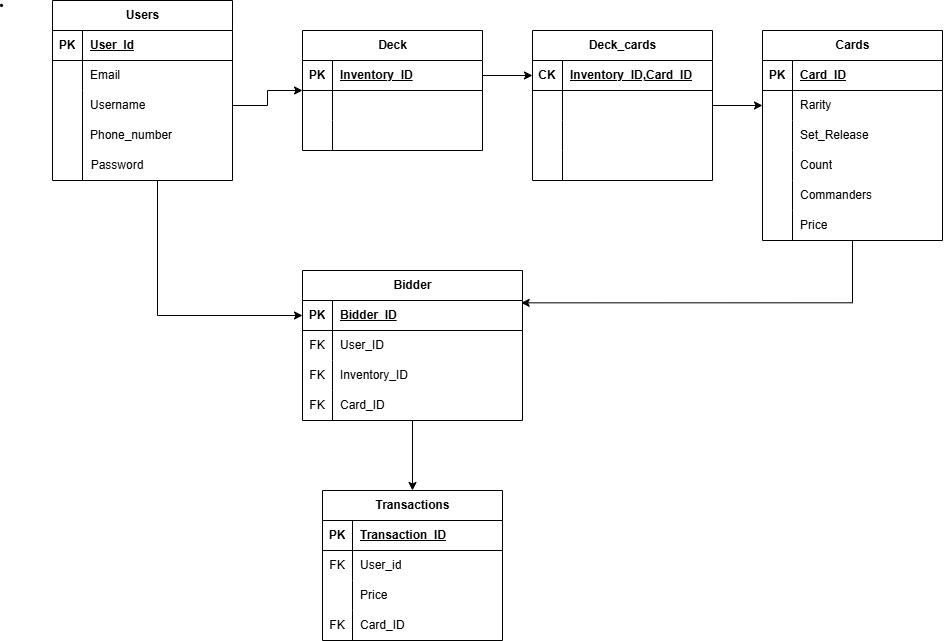
The draw.io diagram server/MTG.drawio.png in abatista15/Project-EandK, before a commit. Source tidied: cells renumbered, new cells last; positions are measured from the earlier drawing's top-left corner, leaving out a move shared by most shapes.
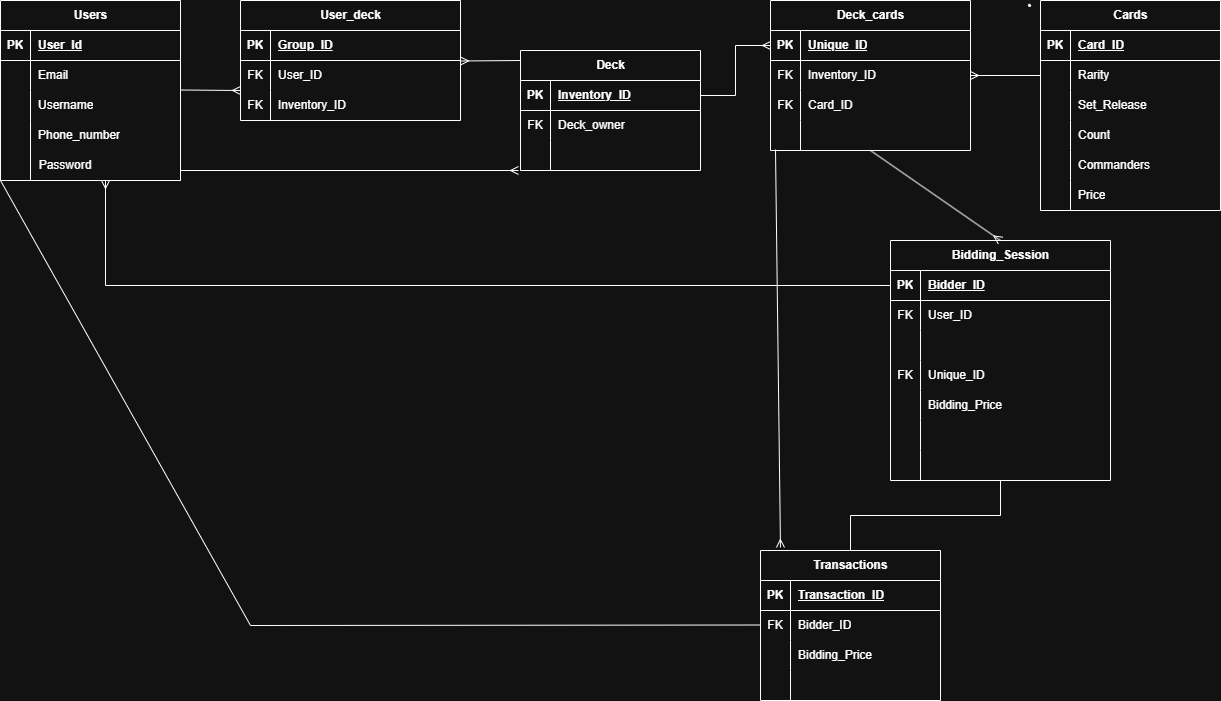
The same diagram one commit later.

The edit, as a diff of the source:
```diff
@@ -5,3 +5,3 @@
     <mxCell id="2" value="Users" style="shape=table;startSize=30;rowLines=0;fontStyle=1;align=center;html=1;" parent="1" vertex="1">
-      <mxGeometry x="52" width="180" height="180" as="geometry" />
+      <mxGeometry x="-1028" width="180" height="180" as="geometry" />
     </mxCell>
@@ -44,5 +44,5 @@
     <mxCell id="15" value="Password" style="text;html=1;whiteSpace=wrap;strokeColor=none;fillColor=none;align=center;verticalAlign=middle;rounded=0;" parent="1" vertex="1">
-      <mxGeometry x="92" y="150" width="50" height="30" as="geometry" />
+      <mxGeometry x="-988" y="150" width="50" height="30" as="geometry" />
     </mxCell>
-    <mxCell id="16" style="edgeStyle=orthogonalEdgeStyle;rounded=0;jettySize=auto;html=1;entryX=0;entryY=0.5;entryDx=0;entryDy=0;" parent="1" edge="1" source="17" target="64">
+    <mxCell id="16" style="edgeStyle=orthogonalEdgeStyle;rounded=0;jettySize=auto;html=1;entryX=0;entryY=0.5;entryDx=0;entryDy=0;endArrow=none;endFill=0;startArrow=ERmany;startFill=0;" parent="1" edge="1" source="17" target="64">
       <mxGeometry relative="1" as="geometry" />
@@ -50,9 +50,6 @@
     <mxCell id="17" style="shape=partialRectangle;whiteSpace=wrap;html=1;top=0;bottom=0;fillColor=none;" parent="1" vertex="1">
-      <mxGeometry x="82" y="120" width="150" height="60" as="geometry" />
+      <mxGeometry x="-998" y="120" width="150" height="60" as="geometry" />
     </mxCell>
-    <mxCell id="18" style="edgeStyle=orthogonalEdgeStyle;rounded=0;jettySize=auto;html=1;" parent="1" edge="1" source="9" target="51">
-      <mxGeometry relative="1" as="geometry" />
-    </mxCell>
     <mxCell id="19" value="Cards" style="shape=table;startSize=30;rowLines=0;fontStyle=1;align=center;html=1;" parent="1" vertex="1">
-      <mxGeometry x="762" y="30" width="180" height="210" as="geometry" />
+      <mxGeometry x="12" width="180" height="210" as="geometry" />
     </mxCell>
@@ -113,33 +110,33 @@
     <mxCell id="38" value="Deck_cards" style="shape=table;startSize=30;rowLines=0;fontStyle=1;align=center;html=1;" parent="1" vertex="1">
-      <mxGeometry x="532" y="30" width="180" height="150" as="geometry" />
+      <mxGeometry x="-258" width="200" height="150" as="geometry" />
     </mxCell>
     <mxCell id="39" style="shape=tableRow;horizontal=0;startSize=0;swimlaneHead=0;swimlaneBody=0;fillColor=none;points=[[0,0.5],[1,0.5]];portConstraint=eastwest;top=0;left=0;right=0;bottom=1;" parent="38" vertex="1">
-      <mxGeometry y="30" width="180" height="30" as="geometry" />
+      <mxGeometry y="30" width="200" height="30" as="geometry" />
     </mxCell>
-    <mxCell id="40" value="CK" style="shape=partialRectangle;fillColor=none;top=0;left=0;bottom=0;right=0;fontStyle=1;overflow=hidden;whiteSpace=wrap;html=1;" parent="39" vertex="1">
+    <mxCell id="40" value="PK" style="shape=partialRectangle;fillColor=none;top=0;left=0;bottom=0;right=0;fontStyle=1;overflow=hidden;whiteSpace=wrap;html=1;" parent="39" vertex="1">
       <mxGeometry width="30" height="30" as="geometry" />
     </mxCell>
-    <mxCell id="41" value="Inventory_ID,Card_ID" style="shape=partialRectangle;fillColor=none;top=0;left=0;bottom=0;right=0;align=left;spacingLeft=6;fontStyle=5;overflow=hidden;whiteSpace=wrap;html=1;" parent="39" vertex="1">
-      <mxGeometry x="30" width="150" height="30" as="geometry" />
+    <mxCell id="41" value="Unique_ID" style="shape=partialRectangle;fillColor=none;top=0;left=0;bottom=0;right=0;align=left;spacingLeft=6;fontStyle=5;overflow=hidden;whiteSpace=wrap;html=1;" parent="39" vertex="1">
+      <mxGeometry x="30" width="170" height="30" as="geometry" />
     </mxCell>
     <mxCell id="42" style="shape=tableRow;horizontal=0;startSize=0;swimlaneHead=0;swimlaneBody=0;fillColor=none;points=[[0,0.5],[1,0.5]];portConstraint=eastwest;top=0;left=0;right=0;bottom=0;" parent="38" vertex="1">
-      <mxGeometry y="60" width="180" height="30" as="geometry" />
+      <mxGeometry y="60" width="200" height="30" as="geometry" />
     </mxCell>
-    <mxCell id="43" style="shape=partialRectangle;fillColor=none;top=0;left=0;bottom=0;right=0;overflow=hidden;whiteSpace=wrap;html=1;" parent="42" vertex="1">
+    <mxCell id="43" value="FK" style="shape=partialRectangle;fillColor=none;top=0;left=0;bottom=0;right=0;overflow=hidden;whiteSpace=wrap;html=1;" parent="42" vertex="1">
       <mxGeometry width="30" height="30" as="geometry" />
     </mxCell>
-    <mxCell id="44" style="shape=partialRectangle;fillColor=none;top=0;left=0;bottom=0;right=0;align=left;spacingLeft=6;overflow=hidden;whiteSpace=wrap;html=1;" parent="42" vertex="1">
-      <mxGeometry x="30" width="150" height="30" as="geometry" />
+    <mxCell id="44" value="Inventory_ID" style="shape=partialRectangle;fillColor=none;top=0;left=0;bottom=0;right=0;align=left;spacingLeft=6;overflow=hidden;whiteSpace=wrap;html=1;" parent="42" vertex="1">
+      <mxGeometry x="30" width="170" height="30" as="geometry" />
     </mxCell>
     <mxCell id="45" style="shape=tableRow;horizontal=0;startSize=0;swimlaneHead=0;swimlaneBody=0;fillColor=none;top=0;left=0;right=0;bottom=0;" parent="38" vertex="1">
-      <mxGeometry y="90" width="180" height="30" as="geometry" />
+      <mxGeometry y="90" width="200" height="30" as="geometry" />
     </mxCell>
-    <mxCell id="46" style="shape=partialRectangle;fillColor=none;top=0;left=0;bottom=0;right=0;overflow=hidden;whiteSpace=wrap;html=1;" parent="45" vertex="1">
+    <mxCell id="46" value="FK" style="shape=partialRectangle;fillColor=none;top=0;left=0;bottom=0;right=0;overflow=hidden;whiteSpace=wrap;html=1;" parent="45" vertex="1">
       <mxGeometry width="30" height="30" as="geometry" />
     </mxCell>
-    <mxCell id="47" style="shape=partialRectangle;fillColor=none;top=0;left=0;bottom=0;right=0;align=left;spacingLeft=6;overflow=hidden;whiteSpace=wrap;html=1;" parent="45" vertex="1">
-      <mxGeometry x="30" width="150" height="30" as="geometry" />
+    <mxCell id="47" value="Card_ID" style="shape=partialRectangle;fillColor=none;top=0;left=0;bottom=0;right=0;align=left;spacingLeft=6;overflow=hidden;whiteSpace=wrap;html=1;" parent="45" vertex="1">
+      <mxGeometry x="30" width="170" height="30" as="geometry" />
     </mxCell>
     <mxCell id="48" style="shape=tableRow;horizontal=0;startSize=0;swimlaneHead=0;swimlaneBody=0;fillColor=none;top=0;left=0;right=0;bottom=0;" parent="38" vertex="1">
-      <mxGeometry y="120" width="180" height="30" as="geometry" />
+      <mxGeometry y="120" width="200" height="30" as="geometry" />
     </mxCell>
@@ -149,6 +146,6 @@
     <mxCell id="50" style="shape=partialRectangle;fillColor=none;top=0;left=0;bottom=0;right=0;align=left;spacingLeft=6;overflow=hidden;whiteSpace=wrap;html=1;" parent="48" vertex="1">
-      <mxGeometry x="30" width="150" height="30" as="geometry" />
+      <mxGeometry x="30" width="170" height="30" as="geometry" />
     </mxCell>
     <mxCell id="51" value="Deck" style="shape=table;startSize=30;rowLines=0;fontStyle=1;align=center;html=1;" parent="1" vertex="1">
-      <mxGeometry x="302" y="30" width="180" height="120" as="geometry" />
+      <mxGeometry x="-508" y="50" width="180" height="120" as="geometry" />
     </mxCell>
@@ -166,6 +163,6 @@
     </mxCell>
-    <mxCell id="56" style="shape=partialRectangle;fillColor=none;top=0;left=0;bottom=0;right=0;overflow=hidden;whiteSpace=wrap;html=1;" parent="55" vertex="1">
+    <mxCell id="56" value="FK" style="shape=partialRectangle;fillColor=none;top=0;left=0;bottom=0;right=0;overflow=hidden;whiteSpace=wrap;html=1;" parent="55" vertex="1">
       <mxGeometry width="30" height="30" as="geometry" />
     </mxCell>
-    <mxCell id="57" style="shape=partialRectangle;fillColor=none;top=0;left=0;bottom=0;right=0;align=left;spacingLeft=6;overflow=hidden;whiteSpace=wrap;html=1;" parent="55" vertex="1">
+    <mxCell id="57" value="Deck_owner" style="shape=partialRectangle;fillColor=none;top=0;left=0;bottom=0;right=0;align=left;spacingLeft=6;overflow=hidden;whiteSpace=wrap;html=1;" parent="55" vertex="1">
       <mxGeometry x="30" width="150" height="30" as="geometry" />
@@ -181,10 +178,10 @@
     </mxCell>
-    <mxCell id="61" style="edgeStyle=orthogonalEdgeStyle;rounded=0;jettySize=auto;html=1;entryX=0;entryY=0.5;entryDx=0;entryDy=0;" parent="1" edge="1" source="52" target="39">
+    <mxCell id="61" style="edgeStyle=orthogonalEdgeStyle;rounded=0;jettySize=auto;html=1;entryX=0;entryY=0.5;entryDx=0;entryDy=0;endArrow=ERmany;endFill=0;" parent="1" edge="1" source="52" target="39">
       <mxGeometry relative="1" as="geometry" />
     </mxCell>
-    <mxCell id="62" style="edgeStyle=orthogonalEdgeStyle;rounded=0;jettySize=auto;html=1;" parent="1" edge="1" source="63" target="78">
+    <mxCell id="62" style="edgeStyle=orthogonalEdgeStyle;rounded=0;jettySize=auto;html=1;endArrow=none;endFill=0;" parent="1" edge="1" source="63" target="78">
       <mxGeometry relative="1" as="geometry" />
     </mxCell>
-    <mxCell id="63" value="Bidder" style="shape=table;startSize=30;rowLines=0;fontStyle=1;align=center;html=1;" parent="1" vertex="1">
-      <mxGeometry x="302" y="270" width="220" height="150" as="geometry" />
+    <mxCell id="63" value="Bidding_Session" style="shape=table;startSize=30;rowLines=0;fontStyle=1;align=center;html=1;" parent="1" vertex="1">
+      <mxGeometry x="-138" y="240" width="220" height="240" as="geometry" />
     </mxCell>
@@ -211,6 +208,6 @@
     </mxCell>
-    <mxCell id="71" value="FK" style="shape=partialRectangle;fillColor=none;top=0;left=0;bottom=0;right=0;overflow=hidden;whiteSpace=wrap;html=1;" parent="70" vertex="1">
+    <mxCell id="71" style="shape=partialRectangle;fillColor=none;top=0;left=0;bottom=0;right=0;overflow=hidden;whiteSpace=wrap;html=1;" parent="70" vertex="1">
       <mxGeometry width="30" height="30" as="geometry" />
     </mxCell>
-    <mxCell id="72" value="Inventory_ID" style="shape=partialRectangle;fillColor=none;top=0;left=0;bottom=0;right=0;align=left;spacingLeft=6;overflow=hidden;whiteSpace=wrap;html=1;" parent="70" vertex="1">
+    <mxCell id="72" style="shape=partialRectangle;fillColor=none;top=0;left=0;bottom=0;right=0;align=left;spacingLeft=6;overflow=hidden;whiteSpace=wrap;html=1;" parent="70" vertex="1">
       <mxGeometry x="30" width="190" height="30" as="geometry" />
@@ -223,13 +220,37 @@
     </mxCell>
-    <mxCell id="75" value="Card_ID" style="shape=partialRectangle;fillColor=none;top=0;left=0;bottom=0;right=0;align=left;spacingLeft=6;overflow=hidden;whiteSpace=wrap;html=1;" parent="73" vertex="1">
+    <mxCell id="75" value="Unique_ID" style="shape=partialRectangle;fillColor=none;top=0;left=0;bottom=0;right=0;align=left;spacingLeft=6;overflow=hidden;whiteSpace=wrap;html=1;" parent="73" vertex="1">
       <mxGeometry x="30" width="190" height="30" as="geometry" />
     </mxCell>
+    <mxCell id="92" style="shape=tableRow;horizontal=0;startSize=0;swimlaneHead=0;swimlaneBody=0;fillColor=none;top=0;left=0;right=0;bottom=0;" parent="63" vertex="1">
+      <mxGeometry y="150" width="220" height="30" as="geometry" />
+    </mxCell>
+    <mxCell id="93" style="shape=partialRectangle;fillColor=none;top=0;left=0;bottom=0;right=0;overflow=hidden;whiteSpace=wrap;html=1;" parent="92" vertex="1">
+      <mxGeometry width="30" height="30" as="geometry" />
+    </mxCell>
+    <mxCell id="94" value="Bidding_Price" style="shape=partialRectangle;fillColor=none;top=0;left=0;bottom=0;right=0;align=left;spacingLeft=6;overflow=hidden;whiteSpace=wrap;html=1;" parent="92" vertex="1">
+      <mxGeometry x="30" width="190" height="30" as="geometry" />
+    </mxCell>
+    <mxCell id="95" style="shape=tableRow;horizontal=0;startSize=0;swimlaneHead=0;swimlaneBody=0;fillColor=none;top=0;left=0;right=0;bottom=0;" parent="63" vertex="1">
+      <mxGeometry y="180" width="220" height="30" as="geometry" />
+    </mxCell>
+    <mxCell id="96" style="shape=partialRectangle;fillColor=none;top=0;left=0;bottom=0;right=0;overflow=hidden;whiteSpace=wrap;html=1;" parent="95" vertex="1">
+      <mxGeometry width="30" height="30" as="geometry" />
+    </mxCell>
+    <mxCell id="97" style="shape=partialRectangle;fillColor=none;top=0;left=0;bottom=0;right=0;align=left;spacingLeft=6;overflow=hidden;whiteSpace=wrap;html=1;" parent="95" vertex="1">
+      <mxGeometry x="30" width="190" height="30" as="geometry" />
+    </mxCell>
+    <mxCell id="98" style="shape=tableRow;horizontal=0;startSize=0;swimlaneHead=0;swimlaneBody=0;fillColor=none;top=0;left=0;right=0;bottom=0;" parent="63" vertex="1">
+      <mxGeometry y="210" width="220" height="30" as="geometry" />
+    </mxCell>
+    <mxCell id="99" style="shape=partialRectangle;fillColor=none;top=0;left=0;bottom=0;right=0;overflow=hidden;whiteSpace=wrap;html=1;" parent="98" vertex="1">
+      <mxGeometry width="30" height="30" as="geometry" />
+    </mxCell>
+    <mxCell id="100" style="shape=partialRectangle;fillColor=none;top=0;left=0;bottom=0;right=0;align=left;spacingLeft=6;overflow=hidden;whiteSpace=wrap;html=1;" parent="98" vertex="1">
+      <mxGeometry x="30" width="190" height="30" as="geometry" />
+    </mxCell>
-    <mxCell id="76" style="edgeStyle=orthogonalEdgeStyle;rounded=0;jettySize=auto;html=1;entryX=0;entryY=0.5;entryDx=0;entryDy=0;" parent="1" edge="1" source="42" target="23">
+    <mxCell id="76" style="edgeStyle=orthogonalEdgeStyle;rounded=0;jettySize=auto;html=1;entryX=0;entryY=0.5;entryDx=0;entryDy=0;startArrow=ERmany;startFill=0;endArrow=none;endFill=0;" parent="1" edge="1" source="42" target="23">
       <mxGeometry relative="1" as="geometry" />
     </mxCell>
-    <mxCell id="77" style="edgeStyle=orthogonalEdgeStyle;rounded=0;jettySize=auto;html=1;entryX=0.994;entryY=0.078;entryDx=0;entryDy=0;entryPerimeter=0;" parent="1" edge="1" source="19" target="64">
-      <mxGeometry relative="1" as="geometry" />
-    </mxCell>
     <mxCell id="78" value="Transactions" style="shape=table;startSize=30;rowLines=0;fontStyle=1;align=center;html=1;" parent="1" vertex="1">
-      <mxGeometry x="322" y="490" width="180" height="150" as="geometry" />
+      <mxGeometry x="-268" y="550" width="180" height="150" as="geometry" />
     </mxCell>
@@ -250,3 +271,3 @@
     </mxCell>
-    <mxCell id="84" value="User_id" style="shape=partialRectangle;fillColor=none;top=0;left=0;bottom=0;right=0;align=left;spacingLeft=6;overflow=hidden;whiteSpace=wrap;html=1;" parent="82" vertex="1">
+    <mxCell id="84" value="Bidder_ID" style="shape=partialRectangle;fillColor=none;top=0;left=0;bottom=0;right=0;align=left;spacingLeft=6;overflow=hidden;whiteSpace=wrap;html=1;" parent="82" vertex="1">
       <mxGeometry x="30" width="150" height="30" as="geometry" />
@@ -259,3 +280,3 @@
     </mxCell>
-    <mxCell id="87" value="Price" style="shape=partialRectangle;fillColor=none;top=0;left=0;bottom=0;right=0;align=left;spacingLeft=6;overflow=hidden;whiteSpace=wrap;html=1;" parent="85" vertex="1">
+    <mxCell id="87" value="Bidding_Price" style="shape=partialRectangle;fillColor=none;top=0;left=0;bottom=0;right=0;align=left;spacingLeft=6;overflow=hidden;whiteSpace=wrap;html=1;" parent="85" vertex="1">
       <mxGeometry x="30" width="150" height="30" as="geometry" />
@@ -265,6 +286,6 @@
     </mxCell>
-    <mxCell id="89" value="FK" style="shape=partialRectangle;fillColor=none;top=0;left=0;bottom=0;right=0;overflow=hidden;whiteSpace=wrap;html=1;" parent="88" vertex="1">
+    <mxCell id="89" style="shape=partialRectangle;fillColor=none;top=0;left=0;bottom=0;right=0;overflow=hidden;whiteSpace=wrap;html=1;" parent="88" vertex="1">
       <mxGeometry width="30" height="30" as="geometry" />
     </mxCell>
-    <mxCell id="90" value="Card_ID" style="shape=partialRectangle;fillColor=none;top=0;left=0;bottom=0;right=0;align=left;spacingLeft=6;overflow=hidden;whiteSpace=wrap;html=1;" parent="88" vertex="1">
+    <mxCell id="90" style="shape=partialRectangle;fillColor=none;top=0;left=0;bottom=0;right=0;align=left;spacingLeft=6;overflow=hidden;whiteSpace=wrap;html=1;" parent="88" vertex="1">
       <mxGeometry x="30" width="150" height="30" as="geometry" />
@@ -274,2 +295,67 @@
     </mxCell>
+    <mxCell id="101" style="fontSize=12;html=1;endArrow=none;rounded=0;exitX=0.5;exitY=0;exitDx=0;exitDy=0;endFill=0;startArrow=ERmany;startFill=0;" parent="1" edge="1" source="63">
+      <mxGeometry relative="1" as="geometry">
+        <mxPoint x="-158" y="150" as="targetPoint" />
+      </mxGeometry>
+    </mxCell>
+    <mxCell id="102" style="endArrow=none;html=1;rounded=0;exitX=0.111;exitY=-0.02;exitDx=0;exitDy=0;exitPerimeter=0;endFill=0;startArrow=ERmany;startFill=0;" parent="1" edge="1" source="78">
+      <mxGeometry relative="1" as="geometry">
+        <mxPoint x="-253" y="149" as="targetPoint" />
+      </mxGeometry>
+    </mxCell>
+    <mxCell id="103" style="endArrow=none;html=1;rounded=0;exitX=0;exitY=1;exitDx=0;exitDy=0;" parent="1" edge="1" source="2">
+      <mxGeometry relative="1" as="geometry">
+        <mxPoint x="-268" y="624.5" as="targetPoint" />
+        <Array as="points">
+          <mxPoint x="-778" y="625" />
+        </Array>
+      </mxGeometry>
+    </mxCell>
+    <mxCell id="104" value="User_deck" style="shape=table;startSize=30;rowLines=0;fontStyle=1;align=center;html=1;" parent="1" vertex="1">
+      <mxGeometry x="-788" width="220" height="120" as="geometry" />
+    </mxCell>
+    <mxCell id="105" style="shape=tableRow;horizontal=0;startSize=0;swimlaneHead=0;swimlaneBody=0;fillColor=none;top=0;left=0;right=0;bottom=1;" parent="104" vertex="1">
+      <mxGeometry y="30" width="220" height="30" as="geometry" />
+    </mxCell>
+    <mxCell id="106" value="PK" style="shape=partialRectangle;fillColor=none;top=0;left=0;bottom=0;right=0;fontStyle=1;overflow=hidden;whiteSpace=wrap;html=1;" parent="105" vertex="1">
+      <mxGeometry width="30" height="30" as="geometry" />
+    </mxCell>
+    <mxCell id="107" value="Group_ID" style="shape=partialRectangle;fillColor=none;top=0;left=0;bottom=0;right=0;align=left;spacingLeft=6;fontStyle=5;overflow=hidden;whiteSpace=wrap;html=1;" parent="105" vertex="1">
+      <mxGeometry x="30" width="190" height="30" as="geometry" />
+    </mxCell>
+    <mxCell id="108" style="shape=tableRow;horizontal=0;startSize=0;swimlaneHead=0;swimlaneBody=0;fillColor=none;top=0;left=0;right=0;bottom=0;" parent="104" vertex="1">
+      <mxGeometry y="60" width="220" height="30" as="geometry" />
+    </mxCell>
+    <mxCell id="109" value="FK" style="shape=partialRectangle;fillColor=none;top=0;left=0;bottom=0;right=0;overflow=hidden;whiteSpace=wrap;html=1;" parent="108" vertex="1">
+      <mxGeometry width="30" height="30" as="geometry" />
+    </mxCell>
+    <mxCell id="110" value="User_ID" style="shape=partialRectangle;fillColor=none;top=0;left=0;bottom=0;right=0;align=left;spacingLeft=6;overflow=hidden;whiteSpace=wrap;html=1;" parent="108" vertex="1">
+      <mxGeometry x="30" width="190" height="30" as="geometry" />
+    </mxCell>
+    <mxCell id="111" style="shape=tableRow;horizontal=0;startSize=0;swimlaneHead=0;swimlaneBody=0;fillColor=none;top=0;left=0;right=0;bottom=0;" parent="104" vertex="1">
+      <mxGeometry y="90" width="220" height="30" as="geometry" />
+    </mxCell>
+    <mxCell id="112" value="FK" style="shape=partialRectangle;fillColor=none;top=0;left=0;bottom=0;right=0;overflow=hidden;whiteSpace=wrap;html=1;" parent="111" vertex="1">
+      <mxGeometry width="30" height="30" as="geometry" />
+    </mxCell>
+    <mxCell id="113" value="Inventory_ID" style="shape=partialRectangle;fillColor=none;top=0;left=0;bottom=0;right=0;align=left;spacingLeft=6;overflow=hidden;whiteSpace=wrap;html=1;" parent="111" vertex="1">
+      <mxGeometry x="30" width="190" height="30" as="geometry" />
+    </mxCell>
+    <mxCell id="114" style="endArrow=ERmany;html=1;rounded=0;endFill=0;" parent="1" edge="1">
+      <mxGeometry relative="1" as="geometry">
+        <mxPoint x="-848" y="89.5" as="sourcePoint" />
+        <mxPoint x="-788" y="90" as="targetPoint" />
+      </mxGeometry>
+    </mxCell>
+    <mxCell id="115" style="endArrow=none;html=1;rounded=0;startArrow=ERmany;startFill=0;" parent="1" edge="1">
+      <mxGeometry relative="1" as="geometry">
+        <mxPoint x="-568" y="60.5" as="sourcePoint" />
+        <mxPoint x="-508" y="60" as="targetPoint" />
+      </mxGeometry>
+    </mxCell>
+    <mxCell id="116" style="endArrow=ERmany;html=1;rounded=0;entryX=-0.011;entryY=1;entryDx=0;entryDy=0;entryPerimeter=0;endFill=0;" parent="1" edge="1" target="58">
+      <mxGeometry relative="1" as="geometry">
+        <mxPoint x="-848" y="170" as="sourcePoint" />
+      </mxGeometry>
+    </mxCell>
   </root>
```
